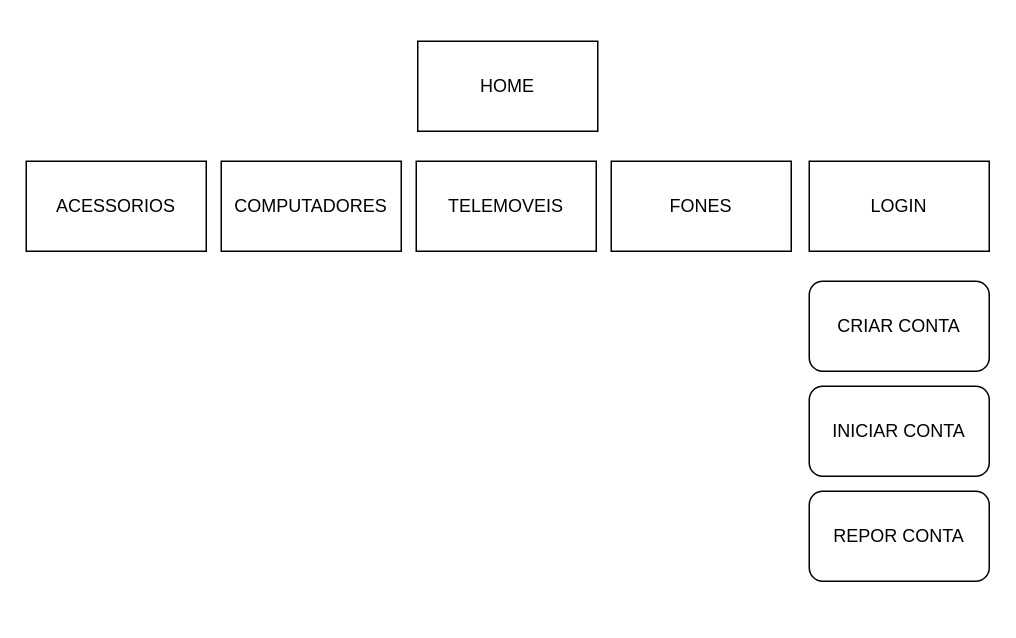
The draw.io diagram MapaMiniPAP.drawio in danymota1P/Diagrama, before the edit. Source tidied: cells renumbered, new cells numbered last; positions are measured from the earlier drawing's top-left corner, leaving out a move shared by most shapes. Both pictures are drawn from the tidied source at 150%, with x=0, y=0 at pixel (26, 40).
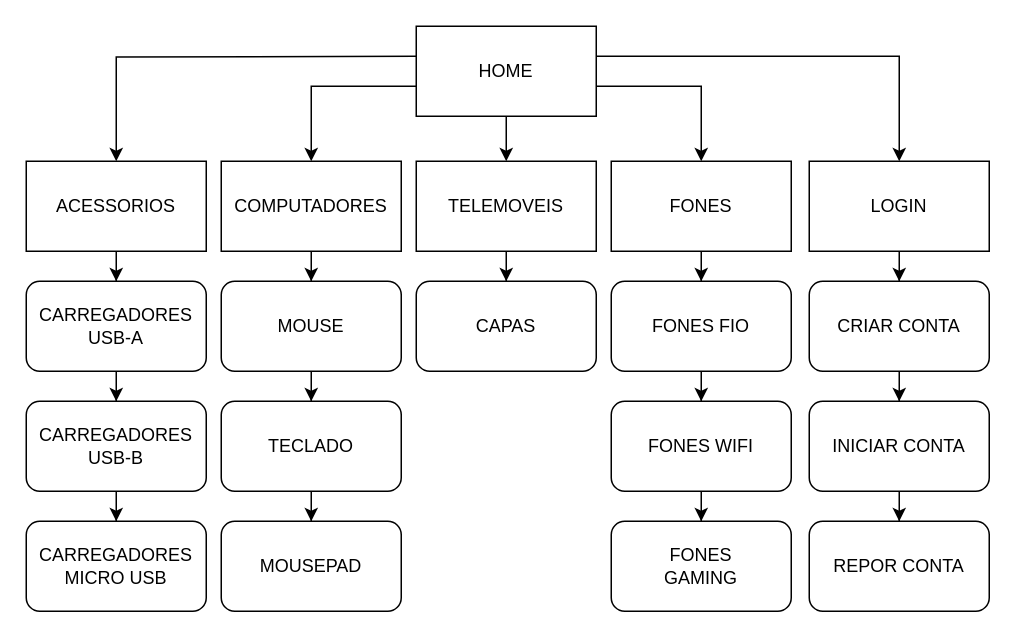
After the change.

The change refers to these unchanged cells:
```xml
<mxCell id="3" value="FONES" style="rounded=0;whiteSpace=wrap;html=1;" parent="1" vertex="1">
  <mxGeometry x="390" y="80" width="120" height="60" as="geometry" />
</mxCell>
<mxCell id="4" value="TELEMOVEIS" style="rounded=0;whiteSpace=wrap;html=1;" parent="1" vertex="1">
  <mxGeometry x="260" y="80" width="120" height="60" as="geometry" />
</mxCell>
<mxCell id="5" value="COMPUTADORES" style="rounded=0;whiteSpace=wrap;html=1;" parent="1" vertex="1">
  <mxGeometry x="130" y="80" width="120" height="60" as="geometry" />
</mxCell>
<mxCell id="6" value="ACESSORIOS" style="rounded=0;whiteSpace=wrap;html=1;" parent="1" vertex="1">
  <mxGeometry y="80" width="120" height="60" as="geometry" />
</mxCell>
<mxCell id="7" value="LOGIN" style="rounded=0;whiteSpace=wrap;html=1;" parent="1" vertex="1">
  <mxGeometry x="522" y="80" width="120" height="60" as="geometry" />
</mxCell>
<mxCell id="8" value="CRIAR CONTA" style="rounded=1;whiteSpace=wrap;html=1;" parent="1" vertex="1">
  <mxGeometry x="522" y="160" width="120" height="60" as="geometry" />
</mxCell>
```

Diff of the diagram source:
```diff
@@
+    <mxCell id="11" style="edgeStyle=orthogonalEdgeStyle;rounded=0;jettySize=auto;html=1;" parent="1" edge="1" source="2" target="4">
+      <mxGeometry relative="1" as="geometry" />
+    </mxCell>
+    <mxCell id="12" style="edgeStyle=orthogonalEdgeStyle;rounded=0;jettySize=auto;html=1;" parent="1" edge="1" source="2" target="3">
+      <mxGeometry relative="1" as="geometry">
+        <Array as="points">
+          <mxPoint x="450" y="30" />
+        </Array>
+      </mxGeometry>
+    </mxCell>
+    <mxCell id="13" style="edgeStyle=orthogonalEdgeStyle;rounded=0;jettySize=auto;html=1;" parent="1" edge="1" source="2" target="7">
+      <mxGeometry relative="1" as="geometry">
+        <Array as="points">
+          <mxPoint x="582" y="10" />
+        </Array>
+      </mxGeometry>
+    </mxCell>
+    <mxCell id="14" style="edgeStyle=orthogonalEdgeStyle;rounded=0;jettySize=auto;html=1;" parent="1" edge="1" source="2" target="5">
+      <mxGeometry relative="1" as="geometry">
+        <Array as="points">
+          <mxPoint x="190" y="30" />
+        </Array>
+      </mxGeometry>
+    </mxCell>
+    <mxCell id="15" style="edgeStyle=orthogonalEdgeStyle;rounded=0;jettySize=auto;html=1;" parent="1" edge="1" target="6">
+      <mxGeometry relative="1" as="geometry">
+        <mxPoint x="260" y="10" as="sourcePoint" />
+      </mxGeometry>
+    </mxCell>
     <mxCell id="2" value="HOME" style="rounded=0;whiteSpace=wrap;html=1;" parent="1" vertex="1">
-      <mxGeometry x="261" width="120" height="60" as="geometry" />
+      <mxGeometry x="260" y="-10" width="120" height="60" as="geometry" />
     </mxCell>
+    <mxCell id="16" style="edgeStyle=orthogonalEdgeStyle;rounded=0;jettySize=auto;html=1;" parent="1" edge="1" source="3" target="24">
+      <mxGeometry relative="1" as="geometry" />
+    </mxCell>
@@
+    <mxCell id="17" style="edgeStyle=orthogonalEdgeStyle;rounded=0;jettySize=auto;html=1;" parent="1" edge="1" source="4" target="32">
+      <mxGeometry relative="1" as="geometry" />
+    </mxCell>
@@
+    <mxCell id="18" style="edgeStyle=orthogonalEdgeStyle;rounded=0;jettySize=auto;html=1;" parent="1" edge="1" source="5" target="28">
+      <mxGeometry relative="1" as="geometry" />
+    </mxCell>
@@
+    <mxCell id="19" style="edgeStyle=orthogonalEdgeStyle;rounded=0;jettySize=auto;html=1;" parent="1" edge="1" source="6" target="34">
+      <mxGeometry relative="1" as="geometry" />
+    </mxCell>
@@
+    <mxCell id="20" style="edgeStyle=orthogonalEdgeStyle;rounded=0;jettySize=auto;html=1;" parent="1" edge="1" source="7" target="8">
+      <mxGeometry relative="1" as="geometry" />
+    </mxCell>
@@
+    <mxCell id="21" style="edgeStyle=orthogonalEdgeStyle;rounded=0;jettySize=auto;html=1;" parent="1" edge="1" source="8" target="9">
+      <mxGeometry relative="1" as="geometry" />
+    </mxCell>
@@
+    <mxCell id="22" style="edgeStyle=orthogonalEdgeStyle;rounded=0;jettySize=auto;html=1;" parent="1" edge="1" source="9" target="10">
+      <mxGeometry relative="1" as="geometry" />
+    </mxCell>
     <mxCell id="9" value="INICIAR CONTA" style="rounded=1;whiteSpace=wrap;html=1;" parent="1" vertex="1">
-      <mxGeometry x="522" y="230" width="120" height="60" as="geometry" />
+      <mxGeometry x="522" y="240" width="120" height="60" as="geometry" />
     </mxCell>
     <mxCell id="10" value="REPOR CONTA" style="rounded=1;whiteSpace=wrap;html=1;" parent="1" vertex="1">
-      <mxGeometry x="522" y="300" width="120" height="60" as="geometry" />
+      <mxGeometry x="522" y="320" width="120" height="60" as="geometry" />
     </mxCell>
+    <mxCell id="23" style="edgeStyle=orthogonalEdgeStyle;rounded=0;jettySize=auto;html=1;" parent="1" edge="1" source="24" target="26">
+      <mxGeometry relative="1" as="geometry" />
+    </mxCell>
+    <mxCell id="24" value="FONES FIO" style="rounded=1;whiteSpace=wrap;html=1;" parent="1" vertex="1">
+      <mxGeometry x="390" y="160" width="120" height="60" as="geometry" />
+    </mxCell>
+    <mxCell id="25" style="edgeStyle=orthogonalEdgeStyle;rounded=0;jettySize=auto;html=1;" parent="1" edge="1" source="26" target="38">
+      <mxGeometry relative="1" as="geometry" />
+    </mxCell>
+    <mxCell id="26" value="FONES WIFI" style="rounded=1;whiteSpace=wrap;html=1;" parent="1" vertex="1">
+      <mxGeometry x="390" y="240" width="120" height="60" as="geometry" />
+    </mxCell>
+    <mxCell id="27" style="edgeStyle=orthogonalEdgeStyle;rounded=0;jettySize=auto;html=1;" parent="1" edge="1" source="28" target="30">
+      <mxGeometry relative="1" as="geometry" />
+    </mxCell>
+    <mxCell id="28" value="MOUSE" style="rounded=1;whiteSpace=wrap;html=1;" parent="1" vertex="1">
+      <mxGeometry x="130" y="160" width="120" height="60" as="geometry" />
+    </mxCell>
+    <mxCell id="29" style="edgeStyle=orthogonalEdgeStyle;rounded=0;jettySize=auto;html=1;" parent="1" edge="1" source="30" target="31">
+      <mxGeometry relative="1" as="geometry" />
+    </mxCell>
+    <mxCell id="30" value="TECLADO" style="rounded=1;whiteSpace=wrap;html=1;" parent="1" vertex="1">
+      <mxGeometry x="130" y="240" width="120" height="60" as="geometry" />
+    </mxCell>
+    <mxCell id="31" value="MOUSEPAD" style="rounded=1;whiteSpace=wrap;html=1;" parent="1" vertex="1">
+      <mxGeometry x="130" y="320" width="120" height="60" as="geometry" />
+    </mxCell>
+    <mxCell id="32" value="CAPAS" style="rounded=1;whiteSpace=wrap;html=1;" parent="1" vertex="1">
+      <mxGeometry x="260" y="160" width="120" height="60" as="geometry" />
+    </mxCell>
+    <mxCell id="33" style="edgeStyle=orthogonalEdgeStyle;rounded=0;jettySize=auto;html=1;" parent="1" edge="1" source="34" target="36">
+      <mxGeometry relative="1" as="geometry" />
+    </mxCell>
+    <mxCell id="34" value="CARREGADORES&lt;div&gt;USB-A&lt;/div&gt;" style="rounded=1;whiteSpace=wrap;html=1;" parent="1" vertex="1">
+      <mxGeometry y="160" width="120" height="60" as="geometry" />
+    </mxCell>
+    <mxCell id="35" style="edgeStyle=orthogonalEdgeStyle;rounded=0;jettySize=auto;html=1;" parent="1" edge="1" source="36" target="37">
+      <mxGeometry relative="1" as="geometry" />
+    </mxCell>
+    <mxCell id="36" value="CARREGADORES&lt;div&gt;USB-B&lt;/div&gt;" style="rounded=1;whiteSpace=wrap;html=1;" parent="1" vertex="1">
+      <mxGeometry y="240" width="120" height="60" as="geometry" />
+    </mxCell>
+    <mxCell id="37" value="CARREGADORES&lt;div&gt;MICRO USB&lt;/div&gt;" style="rounded=1;whiteSpace=wrap;html=1;" parent="1" vertex="1">
+      <mxGeometry y="320" width="120" height="60" as="geometry" />
+    </mxCell>
+    <mxCell id="38" value="FONES&lt;div&gt;GAMING&lt;/div&gt;" style="rounded=1;whiteSpace=wrap;html=1;" parent="1" vertex="1">
+      <mxGeometry x="390" y="320" width="120" height="60" as="geometry" />
+    </mxCell>
```
